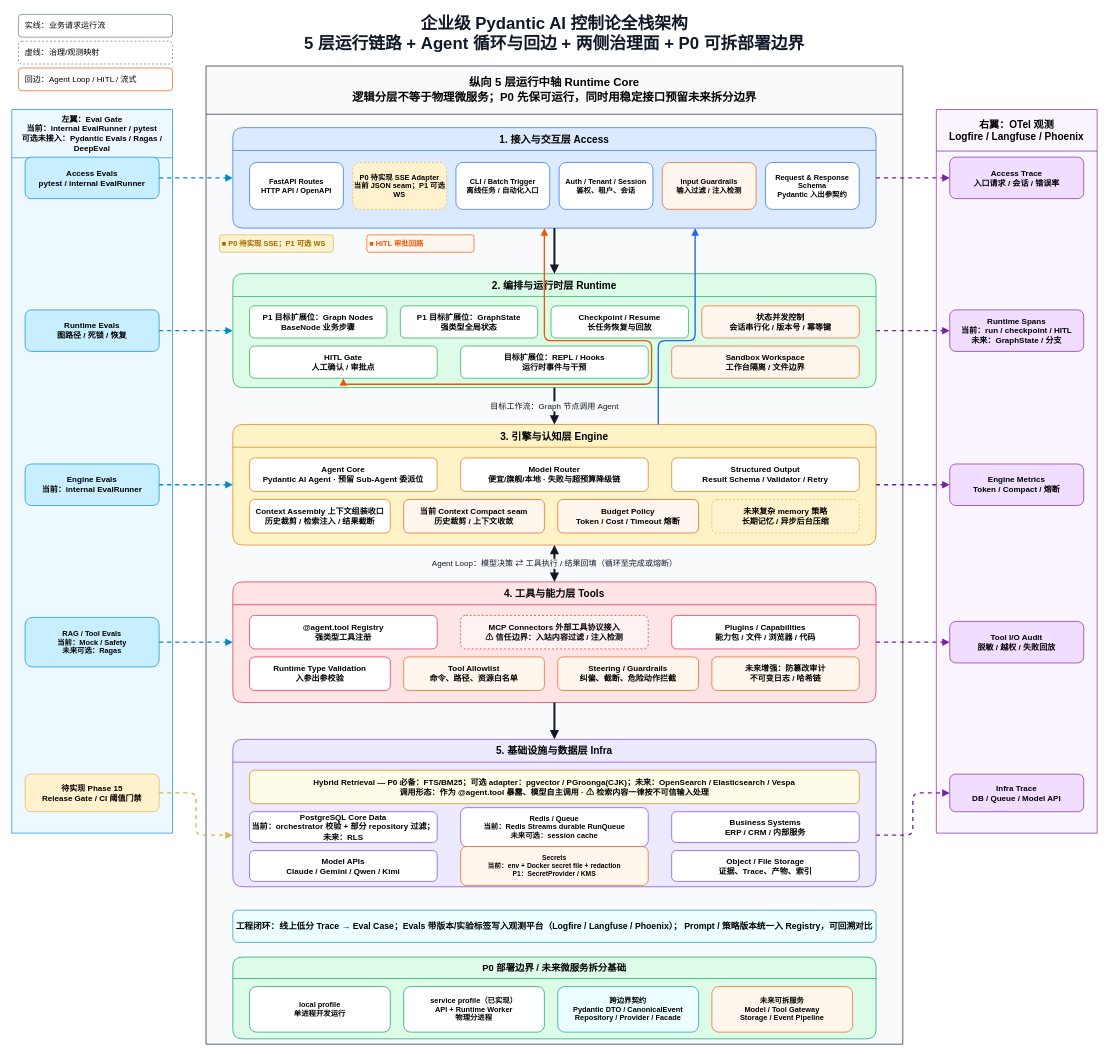
Above: docs/architecture/pydantic-ai-agent-architecture.drawio in wdmcheng/agent-harness-layer (draw.io), before the change. Source tidied: cells renumbered, new cells numbered last; positions are measured from the earlier drawing's top-left corner, leaving out a move shared by most shapes. Both pictures are drawn from the tidied source at 67%, with x=0, y=0 at pixel (11, 11).
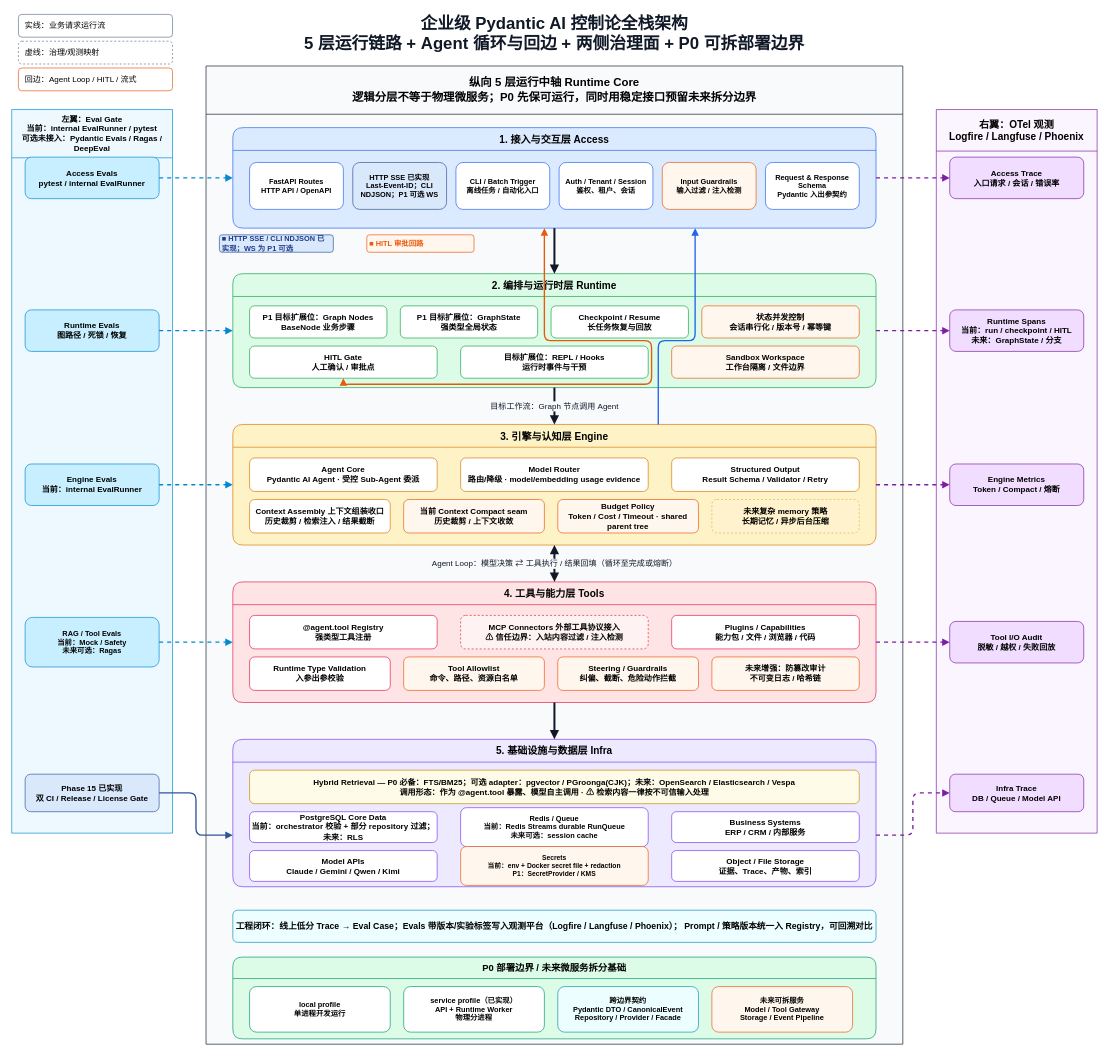
The same diagram, later.

Commit message (it also covers changes not shown here):
chore: sync architecture diagrams

The change refers to these unchanged cells:
```xml
<mxCell id="6" value="左翼：Eval Gate&#10;当前：internal EvalRunner / pytest&#10;可选未接入：Pydantic Evals / Ragas / DeepEval" style="swimlane;whiteSpace=wrap;html=1;rounded=0;startSize=72;fillColor=#eef9ff;strokeColor=#0288d1;fontSize=12;fontStyle=1;swimlaneFillColor=#eef9ff;" parent="1" vertex="1">
  <mxGeometry y="146" width="240" height="1080" as="geometry" />
</mxCell>
<mxCell id="7" value="纵向 5 层运行中轴 Runtime Core&#10;逻辑分层不等于物理微服务；P0 先保可运行，同时用稳定接口预留未来拆分边界" style="swimlane;whiteSpace=wrap;html=1;rounded=0;startSize=72;fillColor=#f8fafc;strokeColor=#111827;fontSize=17;fontStyle=1;swimlaneFillColor=#f8fafc;" parent="1" vertex="1">
  <mxGeometry x="290" y="81" width="1040" height="1460" as="geometry" />
</mxCell>
<mxCell id="9" value="1. 接入与交互层 Access" style="swimlane;whiteSpace=wrap;html=1;rounded=1;startSize=34;fillColor=#dbeafe;strokeColor=#2563eb;fontSize=15;fontStyle=1;swimlaneFillColor=#dbeafe;" parent="7" vertex="1">
  <mxGeometry x="40" y="92" width="960" height="150" as="geometry" />
</mxCell>
<mxCell id="24" value="3. 引擎与认知层 Engine" style="swimlane;whiteSpace=wrap;html=1;rounded=1;startSize=34;fillColor=#fef3c7;strokeColor=#d97706;fontSize=15;fontStyle=1;swimlaneFillColor=#fef3c7;" parent="7" vertex="1">
  <mxGeometry x="40" y="535" width="960" height="180" as="geometry" />
</mxCell>
<mxCell id="40" value="5. 基础设施与数据层 Infra" style="swimlane;whiteSpace=wrap;html=1;rounded=1;startSize=34;fillColor=#ede9fe;strokeColor=#7c3aed;fontSize=15;fontStyle=1;swimlaneFillColor=#ede9fe;" parent="7" vertex="1">
  <mxGeometry x="40" y="1005" width="960" height="220" as="geometry" />
</mxCell>
```

Change to the diagram source:
```diff
@@
-    <mxCell id="11" value="P0 待实现 SSE Adapter&#10;当前 JSON seam；P1 可选 WS" style="rounded=1;whiteSpace=wrap;html=1;fillColor=#fff2cc;strokeColor=#d6b656;fontSize=11;fontStyle=1;dashed=1;" parent="9" vertex="1">
+    <mxCell id="11" value="HTTP SSE 已实现&#10;Last-Event-ID；CLI NDJSON；P1 可选 WS" style="rounded=1;whiteSpace=wrap;html=1;fillColor=#dae8fc;strokeColor=#2f5597;fontSize=11;fontStyle=1;" parent="9" vertex="1">
       <mxGeometry x="179" y="52" width="140" height="70" as="geometry" />
     </mxCell>
@@
-    <mxCell id="25" value="Agent Core&#10;Pydantic AI Agent · 预留 Sub-Agent 委派位" style="rounded=1;whiteSpace=wrap;html=1;fillColor=#ffffff;strokeColor=#d97706;fontSize=12;fontStyle=1;" parent="24" vertex="1">
+    <mxCell id="25" value="Agent Core&#10;Pydantic AI Agent · 受控 Sub-Agent 委派" style="rounded=1;whiteSpace=wrap;html=1;fillColor=#ffffff;strokeColor=#d97706;fontSize=12;fontStyle=1;" parent="24" vertex="1">
       <mxGeometry x="25" y="50" width="280" height="50" as="geometry" />
     </mxCell>
-    <mxCell id="26" value="Model Router&#10;便宜/旗舰/本地 · 失败与超预算降级链" style="rounded=1;whiteSpace=wrap;html=1;fillColor=#ffffff;strokeColor=#d97706;fontSize=12;fontStyle=1;" parent="24" vertex="1">
+    <mxCell id="26" value="Model Router&#10;路由/降级 · model/embedding usage evidence" style="rounded=1;whiteSpace=wrap;html=1;fillColor=#ffffff;strokeColor=#d97706;fontSize=12;fontStyle=1;" parent="24" vertex="1">
       <mxGeometry x="340" y="50" width="280" height="50" as="geometry" />
     </mxCell>
@@
-    <mxCell id="30" value="Budget Policy&#10;Token / Cost / Timeout 熔断" style="rounded=1;whiteSpace=wrap;html=1;fillColor=#fff7ed;strokeColor=#ea580c;fontSize=12;fontStyle=1;" parent="24" vertex="1">
+    <mxCell id="30" value="Budget Policy&#10;Token / Cost / Timeout · shared parent tree" style="rounded=1;whiteSpace=wrap;html=1;fillColor=#fff7ed;strokeColor=#ea580c;fontSize=12;fontStyle=1;" parent="24" vertex="1">
       <mxGeometry x="485" y="112" width="210" height="50" as="geometry" />
     </mxCell>
@@
-    <mxCell id="58" value="待实现 Phase 15&#10;Release Gate / CI 阈值门禁" style="rounded=1;whiteSpace=wrap;html=1;fillColor=#fff2cc;strokeColor=#d6b656;fontSize=12;fontStyle=1;" parent="6" vertex="1">
+    <mxCell id="58" value="Phase 15 已实现&#10;双 CI / Release / License Gate" style="rounded=1;whiteSpace=wrap;html=1;fillColor=#dae8fc;strokeColor=#2f5597;fontSize=12;fontStyle=1;" parent="6" vertex="1">
       <mxGeometry x="20" y="992" width="200" height="56" as="geometry" />
     </mxCell>
@@
-    <mxCell id="70" value="■ P0 待实现 SSE；P1 可选 WS" style="rounded=1;whiteSpace=wrap;html=1;fillColor=#fff2cc;strokeColor=#d6b656;fontSize=11;fontColor=#9a6700;fontStyle=1;spacing=4;align=left;" parent="7" vertex="1">
+    <mxCell id="70" value="■ HTTP SSE / CLI NDJSON 已实现；WS 为 P1 可选" style="rounded=1;whiteSpace=wrap;html=1;fillColor=#dae8fc;strokeColor=#2f5597;fontSize=11;fontColor=#1e3a8a;fontStyle=1;spacing=4;align=left;" parent="7" vertex="1">
       <mxGeometry x="20" y="252" width="170" height="26" as="geometry" />
     </mxCell>
@@
-    <mxCell id="76" style="edgeStyle=orthogonalEdgeStyle;rounded=1;jettySize=auto;html=1;exitX=1;exitY=0.5;entryX=0;entryY=0.65;endArrow=block;endFill=1;dashed=1;strokeColor=#d6b656;strokeWidth=2;" parent="1" edge="1" source="58" target="40">
+    <mxCell id="76" style="edgeStyle=orthogonalEdgeStyle;rounded=1;jettySize=auto;html=1;exitX=1;exitY=0.5;entryX=0;entryY=0.65;endArrow=block;endFill=1;strokeColor=#2f5597;strokeWidth=2;" parent="1" edge="1" source="58" target="40">
       <mxGeometry relative="1" as="geometry" />
     </mxCell>
```
